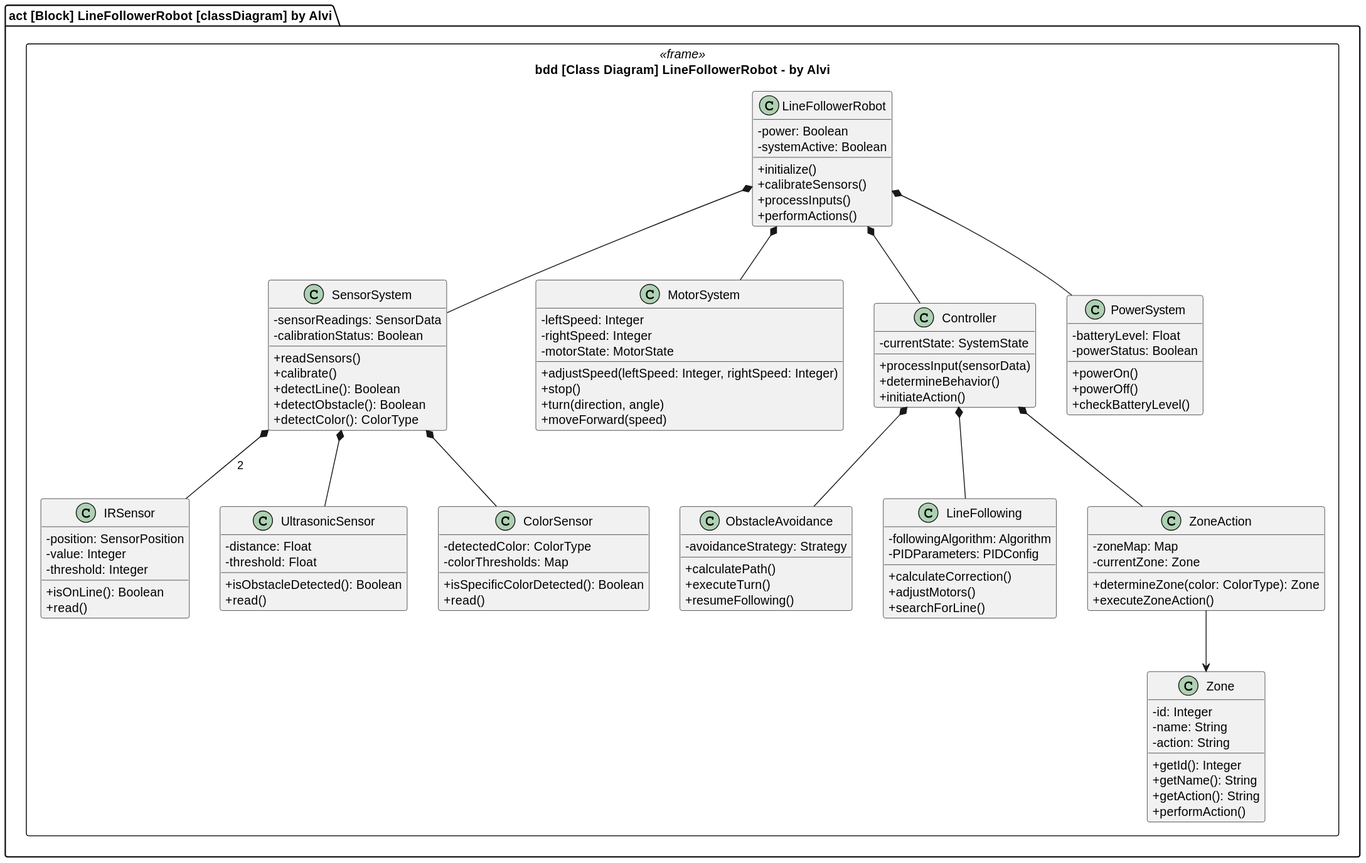
This is Final SysML Diagram/LineFollowerRobotClassDiagram.svg from alvi231078/D2---Line-Follower-Robot, a PlantUML export, as it was before one commit.
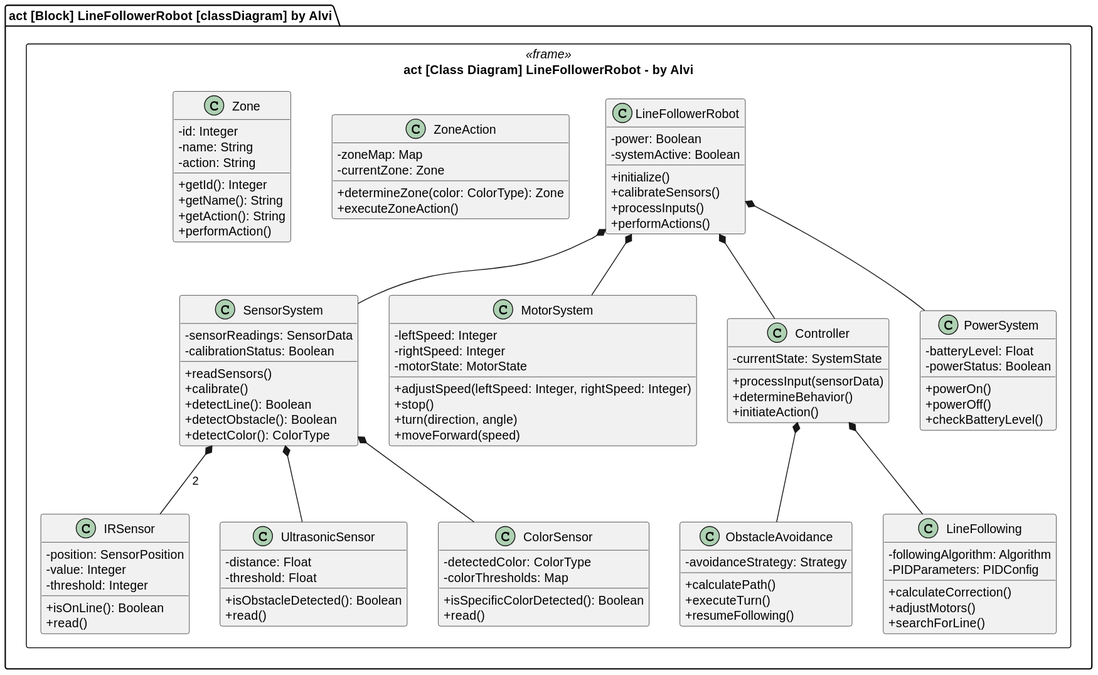
Above is the later version.

What changed in the source:
```diff
@@ -7,7 +7,7 @@
 }
 skinparam shadowing false
 
-rectangle "bdd [Class Diagram] LineFollowerRobot - by Alvi" <<frame>> {
+rectangle "act [Class Diagram] LineFollowerRobot - by Alvi" <<frame>> {
 
   top to bottom direction
 
@@ -120,9 +120,9 @@
 
   Controller *-- ObstacleAvoidance
   Controller *-- LineFollowing
-  Controller *-- ZoneAction
 
-  ZoneAction --> Zone
+
+
 }
 }
 @enduml
```
